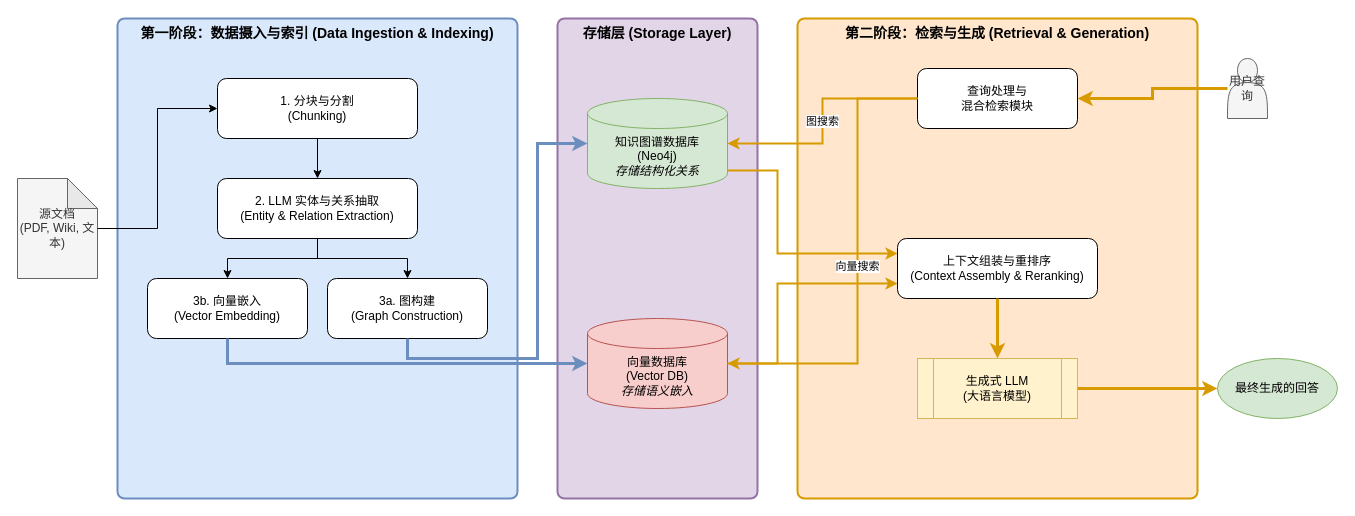
729973389/picture keeps this draw.io diagram as graphrag.drawio. Above is the earlier version. Source tidied: cells renumbered, new cells numbered last; positions are measured from the earlier drawing's top-left corner, leaving out a move shared by most shapes. Both pictures are drawn from the tidied source at 100%, with x=0, y=0 at pixel (17, 18). Pictures stored in the file or linked from it are replaced by grey dashed boxes.
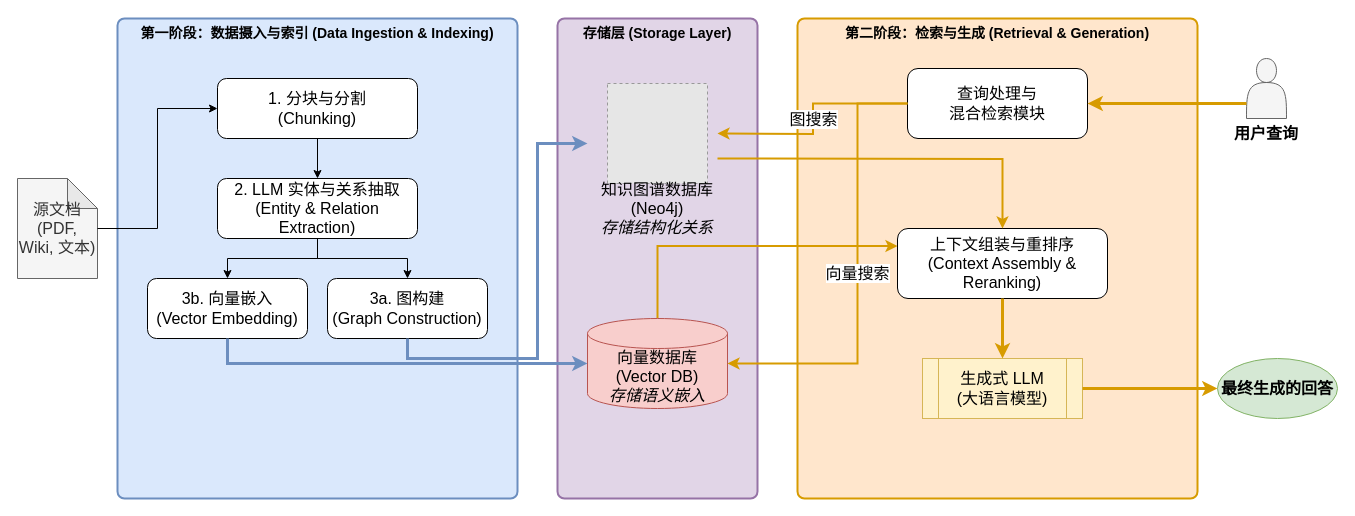
The same page after the edit.

The edit, as a diff of the source:
```diff
@@
-    <mxCell id="5" value="源文档&lt;br&gt;(PDF, Wiki, 文本)" style="shape=note;whiteSpace=wrap;html=1;backgroundOutline=1;darkOpacity=0.05;fillColor=#f5f5f5;strokeColor=#666666;fontColor=#333333;" parent="1" vertex="1">
+    <mxCell id="5" value="源文档&lt;br&gt;(PDF, Wiki, 文本)" style="shape=note;whiteSpace=wrap;html=1;backgroundOutline=1;darkOpacity=0.05;fillColor=#f5f5f5;strokeColor=#666666;fontColor=#333333;fontSize=16;" parent="1" vertex="1">
       <mxGeometry y="160" width="80" height="100" as="geometry" />
     </mxCell>
-    <mxCell id="6" value="1. 分块与分割&lt;br&gt;(Chunking)" style="rounded=1;whiteSpace=wrap;html=1;fillColor=#ffffff;strokeColor=#000000;" parent="1" vertex="1">
+    <mxCell id="6" value="1. 分块与分割&lt;br&gt;(Chunking)" style="rounded=1;whiteSpace=wrap;html=1;fillColor=#ffffff;strokeColor=#000000;fontSize=16;" parent="1" vertex="1">
       <mxGeometry x="200" y="60" width="200" height="60" as="geometry" />
     </mxCell>
-    <mxCell id="7" value="2. LLM 实体与关系抽取&lt;br&gt;(Entity &amp; Relation Extraction)" style="rounded=1;whiteSpace=wrap;html=1;fillColor=#ffffff;strokeColor=#000000;" parent="1" vertex="1">
+    <mxCell id="7" value="2. LLM 实体与关系抽取&lt;br&gt;(Entity &amp;amp; Relation Extraction)" style="rounded=1;whiteSpace=wrap;html=1;fillColor=#ffffff;strokeColor=#000000;fontSize=16;" parent="1" vertex="1">
       <mxGeometry x="200" y="160" width="200" height="60" as="geometry" />
     </mxCell>
-    <mxCell id="8" value="3a. 图构建&lt;br&gt;(Graph Construction)" style="rounded=1;whiteSpace=wrap;html=1;fillColor=#ffffff;strokeColor=#000000;" parent="1" vertex="1">
+    <mxCell id="8" value="3a. 图构建&lt;br&gt;(Graph Construction)" style="rounded=1;whiteSpace=wrap;html=1;fillColor=#ffffff;strokeColor=#000000;fontSize=16;" parent="1" vertex="1">
       <mxGeometry x="310" y="260" width="160" height="60" as="geometry" />
     </mxCell>
-    <mxCell id="9" value="3b. 向量嵌入&lt;br&gt;(Vector Embedding)" style="rounded=1;whiteSpace=wrap;html=1;fillColor=#ffffff;strokeColor=#000000;" parent="1" vertex="1">
+    <mxCell id="9" value="3b. 向量嵌入&lt;br&gt;(Vector Embedding)" style="rounded=1;whiteSpace=wrap;html=1;fillColor=#ffffff;strokeColor=#000000;fontSize=16;" parent="1" vertex="1">
       <mxGeometry x="130" y="260" width="160" height="60" as="geometry" />
     </mxCell>
-    <mxCell id="10" value="知识图谱数据库&lt;br&gt;(Neo4j)&lt;br&gt;&lt;i&gt;存储结构化关系&lt;/i&gt;" style="shape=cylinder3;whiteSpace=wrap;html=1;boundedLbl=1;backgroundOutline=1;size=15;fillColor=#d5e8d4;strokeColor=#82b366;" parent="1" vertex="1">
-      <mxGeometry x="570" y="80" width="140" height="90" as="geometry" />
-    </mxCell>
+    <mxCell id="27" style="edgeStyle=orthogonalEdgeStyle;rounded=0;jettySize=auto;html=1;exitX=0.5;exitY=0;exitDx=0;exitDy=0;exitPerimeter=0;entryX=0;entryY=0.25;entryDx=0;entryDy=0;strokeWidth=2;strokeColor=#D79B00;" parent="1" edge="1" source="11" target="14">
+      <mxGeometry relative="1" as="geometry" />
+    </mxCell>
-    <mxCell id="11" value="向量数据库&lt;br&gt;(Vector DB)&lt;br&gt;&lt;i&gt;存储语义嵌入&lt;/i&gt;" style="shape=cylinder3;whiteSpace=wrap;html=1;boundedLbl=1;backgroundOutline=1;size=15;fillColor=#f8cecc;strokeColor=#b85450;" parent="1" vertex="1">
+    <mxCell id="11" value="向量数据库&lt;br&gt;(Vector DB)&lt;br&gt;&lt;i&gt;存储语义嵌入&lt;/i&gt;" style="shape=cylinder3;whiteSpace=wrap;html=1;boundedLbl=1;backgroundOutline=1;size=15;fillColor=#f8cecc;strokeColor=#b85450;fontSize=16;" parent="1" vertex="1">
       <mxGeometry x="570" y="300" width="140" height="90" as="geometry" />
     </mxCell>
-    <mxCell id="12" value="用户查询" style="shape=actor;whiteSpace=wrap;html=1;fillColor=#f5f5f5;strokeColor=#666666;fontColor=#333333;" parent="1" vertex="1">
-      <mxGeometry x="1210" y="40" width="40" height="60" as="geometry" />
+    <mxCell id="12" style="shape=actor;whiteSpace=wrap;html=1;fillColor=#f5f5f5;strokeColor=#666666;fontColor=#333333;fontSize=15;" parent="1" vertex="1">
+      <mxGeometry x="1229" y="40" width="40" height="60" as="geometry" />
     </mxCell>
-    <mxCell id="13" value="查询处理与&lt;br&gt;混合检索模块" style="rounded=1;whiteSpace=wrap;html=1;fillColor=#ffffff;strokeColor=#000000;" parent="1" vertex="1">
-      <mxGeometry x="900" y="50" width="160" height="60" as="geometry" />
+    <mxCell id="13" value="查询处理与&lt;br&gt;混合检索模块" style="rounded=1;whiteSpace=wrap;html=1;fillColor=#ffffff;strokeColor=#000000;fontSize=16;" parent="1" vertex="1">
+      <mxGeometry x="890" y="50" width="180" height="70" as="geometry" />
     </mxCell>
-    <mxCell id="14" value="上下文组装与重排序&lt;br&gt;(Context Assembly &amp; Reranking)" style="rounded=1;whiteSpace=wrap;html=1;fillColor=#ffffff;strokeColor=#000000;" parent="1" vertex="1">
-      <mxGeometry x="880" y="220" width="200" height="60" as="geometry" />
+    <mxCell id="14" value="上下文组装与重排序&lt;br&gt;(Context Assembly &amp;amp; Reranking)" style="rounded=1;whiteSpace=wrap;html=1;fillColor=#ffffff;strokeColor=#000000;fontSize=16;" parent="1" vertex="1">
+      <mxGeometry x="880" y="210" width="210" height="70" as="geometry" />
     </mxCell>
-    <mxCell id="15" value="生成式 LLM&lt;br&gt;(大语言模型)" style="shape=process;whiteSpace=wrap;html=1;backgroundOutline=1;fillColor=#fff2cc;strokeColor=#d6b656;" parent="1" vertex="1">
-      <mxGeometry x="900" y="340" width="160" height="60" as="geometry" />
+    <mxCell id="15" value="生成式 LLM&lt;br&gt;(大语言模型)" style="shape=process;whiteSpace=wrap;html=1;backgroundOutline=1;fillColor=#fff2cc;strokeColor=#d6b656;fontSize=16;" parent="1" vertex="1">
+      <mxGeometry x="905" y="340" width="160" height="60" as="geometry" />
     </mxCell>
-    <mxCell id="16" value="最终生成的回答" style="ellipse;whiteSpace=wrap;html=1;fillColor=#d5e8d4;strokeColor=#82b366;" parent="1" vertex="1">
+    <mxCell id="16" value="&lt;b&gt;最终生成的回答&lt;/b&gt;" style="ellipse;whiteSpace=wrap;html=1;fillColor=#d5e8d4;strokeColor=#82b366;fontSize=16;" parent="1" vertex="1">
       <mxGeometry x="1200" y="340" width="120" height="60" as="geometry" />
     </mxCell>
-    <mxCell id="17" style="edgeStyle=orthogonalEdgeStyle;rounded=0;jettySize=auto;html=1;entryX=0;entryY=0.5;entryDx=0;entryDy=0;" parent="1" edge="1" source="5" target="6">
+    <mxCell id="17" style="edgeStyle=orthogonalEdgeStyle;rounded=0;jettySize=auto;html=1;entryX=0;entryY=0.5;entryDx=0;entryDy=0;fontSize=16;" parent="1" edge="1" source="5" target="6">
       <mxGeometry relative="1" as="geometry" />
     </mxCell>
-    <mxCell id="18" style="edgeStyle=orthogonalEdgeStyle;rounded=0;jettySize=auto;html=1;entryX=0.5;entryY=0;entryDx=0;entryDy=0;" parent="1" edge="1" source="6" target="7">
+    <mxCell id="18" style="edgeStyle=orthogonalEdgeStyle;rounded=0;jettySize=auto;html=1;entryX=0.5;entryY=0;entryDx=0;entryDy=0;fontSize=16;" parent="1" edge="1" source="6" target="7">
       <mxGeometry relative="1" as="geometry" />
     </mxCell>
-    <mxCell id="19" style="edgeStyle=orthogonalEdgeStyle;rounded=0;jettySize=auto;html=1;entryX=0.5;entryY=0;entryDx=0;entryDy=0;" parent="1" edge="1" source="7" target="8">
+    <mxCell id="19" style="edgeStyle=orthogonalEdgeStyle;rounded=0;jettySize=auto;html=1;entryX=0.5;entryY=0;entryDx=0;entryDy=0;fontSize=16;" parent="1" edge="1" source="7" target="8">
       <mxGeometry relative="1" as="geometry" />
     </mxCell>
-    <mxCell id="20" style="edgeStyle=orthogonalEdgeStyle;rounded=0;jettySize=auto;html=1;entryX=0.5;entryY=0;entryDx=0;entryDy=0;" parent="1" edge="1" source="7" target="9">
+    <mxCell id="20" style="edgeStyle=orthogonalEdgeStyle;rounded=0;jettySize=auto;html=1;entryX=0.5;entryY=0;entryDx=0;entryDy=0;fontSize=16;" parent="1" edge="1" source="7" target="9">
       <mxGeometry relative="1" as="geometry" />
     </mxCell>
-    <mxCell id="21" style="edgeStyle=orthogonalEdgeStyle;rounded=0;jettySize=auto;html=1;entryX=0;entryY=0.5;entryDx=0;entryDy=0;entryPerimeter=0;fillColor=#dae8fc;strokeColor=#6c8ebf;strokeWidth=3;" parent="1" edge="1" source="8" target="10">
+    <mxCell id="21" style="edgeStyle=orthogonalEdgeStyle;rounded=0;jettySize=auto;html=1;entryX=0;entryY=0.5;entryDx=0;entryDy=0;entryPerimeter=0;fillColor=#dae8fc;strokeColor=#6c8ebf;strokeWidth=3;fontSize=16;" parent="1" edge="1" source="8">
       <mxGeometry relative="1" as="geometry">
+        <mxPoint x="570" y="125" as="targetPoint" />
         <Array as="points">
           <mxPoint x="390" y="340" />
           <mxPoint x="520" y="340" />
           <mxPoint x="520" y="125" />
         </Array>
       </mxGeometry>
     </mxCell>
-    <mxCell id="22" style="edgeStyle=orthogonalEdgeStyle;rounded=0;jettySize=auto;html=1;entryX=0;entryY=0.5;entryDx=0;entryDy=0;entryPerimeter=0;fillColor=#dae8fc;strokeColor=#6c8ebf;strokeWidth=3;" parent="1" edge="1" source="9" target="11">
+    <mxCell id="22" style="edgeStyle=orthogonalEdgeStyle;rounded=0;jettySize=auto;html=1;entryX=0;entryY=0.5;entryDx=0;entryDy=0;entryPerimeter=0;fillColor=#dae8fc;strokeColor=#6c8ebf;strokeWidth=3;fontSize=16;" parent="1" edge="1" source="9" target="11">
       <mxGeometry relative="1" as="geometry">
         <Array as="points">
           <mxPoint x="210" y="345" />
         </Array>
       </mxGeometry>
     </mxCell>
     <mxCell id="23" style="edgeStyle=orthogonalEdgeStyle;rounded=0;jettySize=auto;html=1;entryX=1;entryY=0.5;entryDx=0;entryDy=0;fillColor=#ffe6cc;strokeColor=#d79b00;strokeWidth=3;" parent="1" edge="1" source="12" target="13">
-      <mxGeometry relative="1" as="geometry" />
+      <mxGeometry relative="1" as="geometry">
+        <Array as="points">
+          <mxPoint x="1190" y="85" />
+          <mxPoint x="1190" y="85" />
+        </Array>
+      </mxGeometry>
     </mxCell>
-    <mxCell id="24" value="图搜索" style="edgeStyle=orthogonalEdgeStyle;rounded=0;jettySize=auto;html=1;entryX=1;entryY=0.5;entryDx=0;entryDy=0;entryPerimeter=0;fillColor=#ffe6cc;strokeColor=#d79b00;strokeWidth=2;" parent="1" edge="1" source="13" target="10">
-      <mxGeometry relative="1" as="geometry" />
+    <mxCell id="24" value="图搜索" style="edgeStyle=orthogonalEdgeStyle;rounded=0;jettySize=auto;html=1;fillColor=#ffe6cc;strokeColor=#d79b00;strokeWidth=2;fontSize=16;" parent="1" edge="1" source="13">
+      <mxGeometry relative="1" as="geometry">
+        <mxPoint x="700" y="115" as="targetPoint" />
+      </mxGeometry>
     </mxCell>
-    <mxCell id="25" value="向量搜索" style="edgeStyle=orthogonalEdgeStyle;rounded=0;jettySize=auto;html=1;entryX=1;entryY=0.5;entryDx=0;entryDy=0;entryPerimeter=0;fillColor=#ffe6cc;strokeColor=#d79b00;strokeWidth=2;" parent="1" edge="1" source="13" target="11">
+    <mxCell id="25" value="向量搜索" style="edgeStyle=orthogonalEdgeStyle;rounded=0;jettySize=auto;html=1;entryX=1;entryY=0.5;entryDx=0;entryDy=0;entryPerimeter=0;fillColor=#ffe6cc;strokeColor=#d79b00;strokeWidth=2;fontSize=16;" parent="1" edge="1" source="13" target="11">
       <mxGeometry relative="1" as="geometry">
         <Array as="points">
-          <mxPoint x="840" y="80" />
+          <mxPoint x="840" y="85" />
           <mxPoint x="840" y="345" />
         </Array>
       </mxGeometry>
     </mxCell>
-    <mxCell id="26" style="edgeStyle=orthogonalEdgeStyle;rounded=0;jettySize=auto;html=1;exitX=1;exitY=0.8;exitDx=0;exitDy=0;exitPerimeter=0;entryX=0;entryY=0.25;entryDx=0;entryDy=0;fillColor=#ffe6cc;strokeColor=#d79b00;strokeWidth=2;" parent="1" edge="1" source="10" target="14">
-      <mxGeometry relative="1" as="geometry">
-        <Array as="points">
-          <mxPoint x="710" y="152" />
-          <mxPoint x="760" y="152" />
-          <mxPoint x="760" y="235" />
-        </Array>
-      </mxGeometry>
-    </mxCell>
-    <mxCell id="27" style="edgeStyle=orthogonalEdgeStyle;rounded=0;jettySize=auto;html=1;exitX=1;exitY=0.5;exitDx=0;exitDy=0;exitPerimeter=0;entryX=0;entryY=0.75;entryDx=0;entryDy=0;fillColor=#ffe6cc;strokeColor=#d79b00;strokeWidth=2;" parent="1" edge="1" source="11" target="14">
-      <mxGeometry relative="1" as="geometry">
-        <Array as="points">
-          <mxPoint x="760" y="345" />
-          <mxPoint x="760" y="265" />
-        </Array>
-      </mxGeometry>
-    </mxCell>
-    <mxCell id="28" style="edgeStyle=orthogonalEdgeStyle;rounded=0;jettySize=auto;html=1;entryX=0.5;entryY=0;entryDx=0;entryDy=0;fillColor=#ffe6cc;strokeColor=#d79b00;strokeWidth=3;" parent="1" edge="1" source="14" target="15">
+    <mxCell id="28" style="edgeStyle=orthogonalEdgeStyle;rounded=0;jettySize=auto;html=1;entryX=0.5;entryY=0;entryDx=0;entryDy=0;fillColor=#ffe6cc;strokeColor=#d79b00;strokeWidth=3;fontSize=16;" parent="1" edge="1" source="14" target="15">
       <mxGeometry relative="1" as="geometry" />
     </mxCell>
@@
+    <mxCell id="30" value="&lt;b&gt;&lt;font&gt;用户查询&lt;/font&gt;&lt;/b&gt;" style="text;html=1;whiteSpace=wrap;strokeColor=none;fillColor=none;align=center;verticalAlign=middle;rounded=0;fontSize=16;" parent="1" vertex="1">
+      <mxGeometry x="1214" y="100" width="70" height="30" as="geometry" />
+    </mxCell>
+    <mxCell id="31" style="edgeStyle=orthogonalEdgeStyle;rounded=0;jettySize=auto;html=1;entryX=0.5;entryY=0;entryDx=0;entryDy=0;strokeWidth=2;strokeColor=#D79B00;" parent="1" edge="1" target="14">
+      <mxGeometry relative="1" as="geometry">
+        <mxPoint x="700" y="140" as="sourcePoint" />
+      </mxGeometry>
+    </mxCell>
+    <mxCell id="32" style="fillColor=#E6E6E6;strokeColor=#999999;dashed=1;verticalLabelPosition=bottom;labelBackgroundColor=default;verticalAlign=top;fontSize=16;" parent="1" vertex="1">
+      <mxGeometry x="590" y="65" width="100" height="100" as="geometry" />
+    </mxCell>
+    <mxCell id="10" value="知识图谱数据库&lt;br&gt;(Neo4j)&lt;br&gt;&lt;i&gt;存储结构化关系&lt;/i&gt;" style="text;html=1;whiteSpace=wrap;strokeColor=none;fillColor=none;align=center;verticalAlign=middle;rounded=0;fontSize=16;" parent="1" vertex="1">
+      <mxGeometry x="580" y="175" width="120" height="30" as="geometry" />
+    </mxCell>
```
